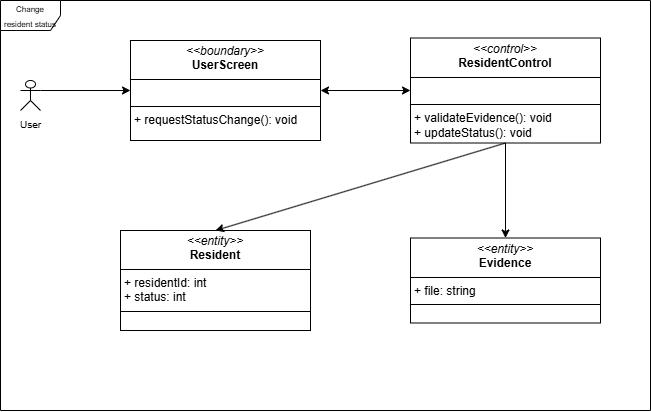
Above: Class-diagram/Boundary–Control–EntityDiagram/ChangeResidentStatus.png in HuyEuler/Apartment-management-system (draw.io), before the change. Source tidied: cells renumbered, new cells last; positions are measured from the earlier drawing's top-left corner, leaving out a move shared by most shapes. Its diagram source:
```xml
<mxGraphModel background="#ffffff">
  <root>
    <mxCell id="0" />
    <mxCell id="1" parent="0" />
    <mxCell id="2" value="&lt;font style=&quot;font-size: 8px;&quot;&gt;Change resident status&lt;/font&gt;" style="shape=umlFrame;whiteSpace=wrap;html=1;" parent="1" vertex="1">
      <mxGeometry width="650" height="410" as="geometry" />
    </mxCell>
    <mxCell id="3" value="&lt;font style=&quot;font-size: 10px;&quot;&gt;User&lt;/font&gt;" style="shape=umlActor;verticalLabelPosition=bottom;verticalAlign=top;html=1;outlineConnect=0;" parent="1" vertex="1">
      <mxGeometry x="20" y="80" width="20" height="30" as="geometry" />
    </mxCell>
    <mxCell id="4" value="&lt;p style=&quot;margin:0px;margin-top:4px;text-align:center;&quot;&gt;&lt;i&gt;&amp;lt;&amp;lt;boundary&amp;gt;&amp;gt;&lt;/i&gt;&lt;br&gt;&lt;b&gt;UserScreen&lt;/b&gt;&lt;/p&gt;&lt;hr size=&quot;1&quot; style=&quot;border-style:solid;&quot;&gt;&lt;p style=&quot;margin:0px;margin-left:4px;&quot;&gt;&lt;br&gt;&lt;/p&gt;&lt;hr size=&quot;1&quot; style=&quot;border-style:solid;&quot;&gt;&lt;p style=&quot;margin:0px;margin-left:4px;&quot;&gt;+ requestStatusChange(): void&lt;/p&gt;" style="verticalAlign=top;align=left;overflow=fill;html=1;whiteSpace=wrap;" parent="1" vertex="1">
      <mxGeometry x="130" y="40" width="190" height="100" as="geometry" />
    </mxCell>
    <mxCell id="5" value="&lt;p style=&quot;margin:0px;margin-top:4px;text-align:center;&quot;&gt;&lt;i&gt;&amp;lt;&amp;lt;control&amp;gt;&amp;gt;&lt;/i&gt;&lt;br&gt;&lt;b&gt;ResidentControl&lt;/b&gt;&lt;/p&gt;&lt;hr size=&quot;1&quot; style=&quot;border-style:solid;&quot;&gt;&lt;p style=&quot;margin:0px;margin-left:4px;&quot;&gt;&lt;br&gt;&lt;/p&gt;&lt;hr size=&quot;1&quot; style=&quot;border-style:solid;&quot;&gt;&lt;p style=&quot;margin:0px;margin-left:4px;&quot;&gt;+ &lt;span style=&quot;background-color: transparent; color: light-dark(rgb(0, 0, 0), rgb(255, 255, 255));&quot;&gt;validateEvidence(): void +&amp;nbsp;&lt;/span&gt;&lt;span style=&quot;background-color: transparent; color: light-dark(rgb(0, 0, 0), rgb(255, 255, 255));&quot;&gt;updateStatus(): void&lt;/span&gt;&lt;/p&gt;" style="verticalAlign=top;align=left;overflow=fill;html=1;whiteSpace=wrap;" parent="1" vertex="1">
      <mxGeometry x="410" y="37.5" width="190" height="105" as="geometry" />
    </mxCell>
    <mxCell id="6" value="&lt;p style=&quot;margin:0px;margin-top:4px;text-align:center;&quot;&gt;&lt;i&gt;&amp;lt;&amp;lt;entity&amp;gt;&amp;gt;&lt;/i&gt;&lt;br&gt;&lt;b&gt;Evidence&lt;/b&gt;&lt;/p&gt;&lt;hr size=&quot;1&quot; style=&quot;border-style:solid;&quot;&gt;&lt;p style=&quot;margin:0px;margin-left:4px;&quot;&gt;+&amp;nbsp;file: string&lt;/p&gt;&lt;hr size=&quot;1&quot; style=&quot;border-style:solid;&quot;&gt;&lt;p style=&quot;margin:0px;margin-left:4px;&quot;&gt;&lt;br&gt;&lt;/p&gt;" style="verticalAlign=top;align=left;overflow=fill;html=1;whiteSpace=wrap;" parent="1" vertex="1">
      <mxGeometry x="410" y="237.5" width="190" height="85" as="geometry" />
    </mxCell>
    <mxCell id="7" value="&lt;p style=&quot;margin:0px;margin-top:4px;text-align:center;&quot;&gt;&lt;i&gt;&amp;lt;&amp;lt;entity&amp;gt;&amp;gt;&lt;/i&gt;&lt;br&gt;&lt;b&gt;Resident&lt;/b&gt;&lt;/p&gt;&lt;hr size=&quot;1&quot; style=&quot;border-style:solid;&quot;&gt;&lt;p style=&quot;margin: 0px 0px 0px 4px;&quot;&gt;&lt;span style=&quot;background-color: transparent; color: light-dark(rgb(0, 0, 0), rgb(255, 255, 255));&quot;&gt;+ residentId: int&lt;/span&gt;&lt;/p&gt;&lt;p style=&quot;margin: 0px 0px 0px 4px;&quot;&gt;&lt;span style=&quot;background-color: transparent; color: light-dark(rgb(0, 0, 0), rgb(255, 255, 255));&quot;&gt;+ status: int&lt;/span&gt;&lt;/p&gt;&lt;hr size=&quot;1&quot; style=&quot;border-style:solid;&quot;&gt;&lt;p style=&quot;margin:0px;margin-left:4px;&quot;&gt;&lt;br&gt;&lt;/p&gt;" style="verticalAlign=top;align=left;overflow=fill;html=1;whiteSpace=wrap;" parent="1" vertex="1">
      <mxGeometry x="120" y="230" width="190" height="100" as="geometry" />
    </mxCell>
    <mxCell id="8" style="endArrow=classic;html=1;rounded=0;exitX=1;exitY=0.3333333333333333;exitDx=0;exitDy=0;exitPerimeter=0;entryX=0;entryY=0.5;entryDx=0;entryDy=0;" parent="1" edge="1" source="3" target="4">
      <mxGeometry relative="1" as="geometry" />
    </mxCell>
    <mxCell id="9" style="endArrow=classic;startArrow=classic;html=1;rounded=0;entryX=0;entryY=0.5;entryDx=0;entryDy=0;" parent="1" edge="1" source="4" target="5">
      <mxGeometry relative="1" as="geometry" />
    </mxCell>
    <mxCell id="10" style="endArrow=classic;html=1;rounded=0;exitX=0.5;exitY=1;exitDx=0;exitDy=0;entryX=0.5;entryY=0;entryDx=0;entryDy=0;" parent="1" edge="1" source="5" target="7">
      <mxGeometry relative="1" as="geometry" />
    </mxCell>
    <mxCell id="11" style="endArrow=classic;html=1;rounded=0;exitX=0.5;exitY=1;exitDx=0;exitDy=0;" parent="1" edge="1" source="5" target="6">
      <mxGeometry relative="1" as="geometry" />
    </mxCell>
  </root>
</mxGraphModel>
```
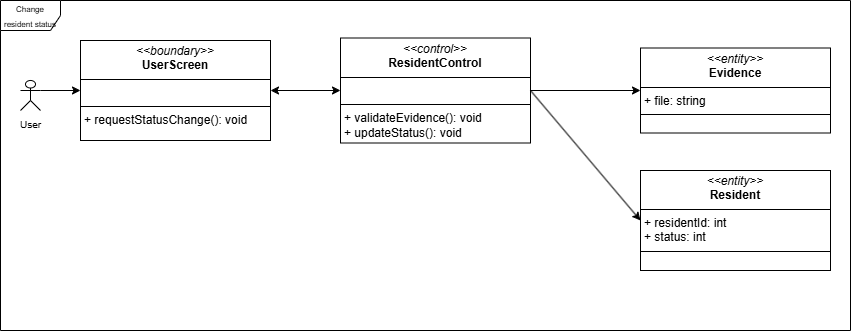
Later version of the same file.

What changed in the source:
```diff
@@ -3,22 +3,22 @@
     <mxCell id="0" />
     <mxCell id="1" parent="0" />
     <mxCell id="2" value="&lt;font style=&quot;font-size: 8px;&quot;&gt;Change resident status&lt;/font&gt;" style="shape=umlFrame;whiteSpace=wrap;html=1;" parent="1" vertex="1">
-      <mxGeometry width="650" height="410" as="geometry" />
+      <mxGeometry width="850" height="330" as="geometry" />
     </mxCell>
     <mxCell id="3" value="&lt;font style=&quot;font-size: 10px;&quot;&gt;User&lt;/font&gt;" style="shape=umlActor;verticalLabelPosition=bottom;verticalAlign=top;html=1;outlineConnect=0;" parent="1" vertex="1">
       <mxGeometry x="20" y="80" width="20" height="30" as="geometry" />
     </mxCell>
     <mxCell id="4" value="&lt;p style=&quot;margin:0px;margin-top:4px;text-align:center;&quot;&gt;&lt;i&gt;&amp;lt;&amp;lt;boundary&amp;gt;&amp;gt;&lt;/i&gt;&lt;br&gt;&lt;b&gt;UserScreen&lt;/b&gt;&lt;/p&gt;&lt;hr size=&quot;1&quot; style=&quot;border-style:solid;&quot;&gt;&lt;p style=&quot;margin:0px;margin-left:4px;&quot;&gt;&lt;br&gt;&lt;/p&gt;&lt;hr size=&quot;1&quot; style=&quot;border-style:solid;&quot;&gt;&lt;p style=&quot;margin:0px;margin-left:4px;&quot;&gt;+ requestStatusChange(): void&lt;/p&gt;" style="verticalAlign=top;align=left;overflow=fill;html=1;whiteSpace=wrap;" parent="1" vertex="1">
-      <mxGeometry x="130" y="40" width="190" height="100" as="geometry" />
+      <mxGeometry x="80" y="40" width="190" height="100" as="geometry" />
     </mxCell>
     <mxCell id="5" value="&lt;p style=&quot;margin:0px;margin-top:4px;text-align:center;&quot;&gt;&lt;i&gt;&amp;lt;&amp;lt;control&amp;gt;&amp;gt;&lt;/i&gt;&lt;br&gt;&lt;b&gt;ResidentControl&lt;/b&gt;&lt;/p&gt;&lt;hr size=&quot;1&quot; style=&quot;border-style:solid;&quot;&gt;&lt;p style=&quot;margin:0px;margin-left:4px;&quot;&gt;&lt;br&gt;&lt;/p&gt;&lt;hr size=&quot;1&quot; style=&quot;border-style:solid;&quot;&gt;&lt;p style=&quot;margin:0px;margin-left:4px;&quot;&gt;+ &lt;span style=&quot;background-color: transparent; color: light-dark(rgb(0, 0, 0), rgb(255, 255, 255));&quot;&gt;validateEvidence(): void +&amp;nbsp;&lt;/span&gt;&lt;span style=&quot;background-color: transparent; color: light-dark(rgb(0, 0, 0), rgb(255, 255, 255));&quot;&gt;updateStatus(): void&lt;/span&gt;&lt;/p&gt;" style="verticalAlign=top;align=left;overflow=fill;html=1;whiteSpace=wrap;" parent="1" vertex="1">
-      <mxGeometry x="410" y="37.5" width="190" height="105" as="geometry" />
+      <mxGeometry x="340" y="37.5" width="190" height="105" as="geometry" />
     </mxCell>
     <mxCell id="6" value="&lt;p style=&quot;margin:0px;margin-top:4px;text-align:center;&quot;&gt;&lt;i&gt;&amp;lt;&amp;lt;entity&amp;gt;&amp;gt;&lt;/i&gt;&lt;br&gt;&lt;b&gt;Evidence&lt;/b&gt;&lt;/p&gt;&lt;hr size=&quot;1&quot; style=&quot;border-style:solid;&quot;&gt;&lt;p style=&quot;margin:0px;margin-left:4px;&quot;&gt;+&amp;nbsp;file: string&lt;/p&gt;&lt;hr size=&quot;1&quot; style=&quot;border-style:solid;&quot;&gt;&lt;p style=&quot;margin:0px;margin-left:4px;&quot;&gt;&lt;br&gt;&lt;/p&gt;" style="verticalAlign=top;align=left;overflow=fill;html=1;whiteSpace=wrap;" parent="1" vertex="1">
-      <mxGeometry x="410" y="237.5" width="190" height="85" as="geometry" />
+      <mxGeometry x="640" y="47.5" width="190" height="85" as="geometry" />
     </mxCell>
     <mxCell id="7" value="&lt;p style=&quot;margin:0px;margin-top:4px;text-align:center;&quot;&gt;&lt;i&gt;&amp;lt;&amp;lt;entity&amp;gt;&amp;gt;&lt;/i&gt;&lt;br&gt;&lt;b&gt;Resident&lt;/b&gt;&lt;/p&gt;&lt;hr size=&quot;1&quot; style=&quot;border-style:solid;&quot;&gt;&lt;p style=&quot;margin: 0px 0px 0px 4px;&quot;&gt;&lt;span style=&quot;background-color: transparent; color: light-dark(rgb(0, 0, 0), rgb(255, 255, 255));&quot;&gt;+ residentId: int&lt;/span&gt;&lt;/p&gt;&lt;p style=&quot;margin: 0px 0px 0px 4px;&quot;&gt;&lt;span style=&quot;background-color: transparent; color: light-dark(rgb(0, 0, 0), rgb(255, 255, 255));&quot;&gt;+ status: int&lt;/span&gt;&lt;/p&gt;&lt;hr size=&quot;1&quot; style=&quot;border-style:solid;&quot;&gt;&lt;p style=&quot;margin:0px;margin-left:4px;&quot;&gt;&lt;br&gt;&lt;/p&gt;" style="verticalAlign=top;align=left;overflow=fill;html=1;whiteSpace=wrap;" parent="1" vertex="1">
-      <mxGeometry x="120" y="230" width="190" height="100" as="geometry" />
+      <mxGeometry x="640" y="170" width="190" height="100" as="geometry" />
     </mxCell>
     <mxCell id="8" style="endArrow=classic;html=1;rounded=0;exitX=1;exitY=0.3333333333333333;exitDx=0;exitDy=0;exitPerimeter=0;entryX=0;entryY=0.5;entryDx=0;entryDy=0;" parent="1" edge="1" source="3" target="4">
       <mxGeometry relative="1" as="geometry" />
@@ -26,10 +26,10 @@
     <mxCell id="9" style="endArrow=classic;startArrow=classic;html=1;rounded=0;entryX=0;entryY=0.5;entryDx=0;entryDy=0;" parent="1" edge="1" source="4" target="5">
       <mxGeometry relative="1" as="geometry" />
     </mxCell>
-    <mxCell id="10" style="endArrow=classic;html=1;rounded=0;exitX=0.5;exitY=1;exitDx=0;exitDy=0;entryX=0.5;entryY=0;entryDx=0;entryDy=0;" parent="1" edge="1" source="5" target="7">
+    <mxCell id="10" style="endArrow=classic;html=1;rounded=0;exitX=1;exitY=0.5;exitDx=0;exitDy=0;entryX=0;entryY=0.5;entryDx=0;entryDy=0;" parent="1" edge="1" source="5" target="7">
       <mxGeometry relative="1" as="geometry" />
     </mxCell>
-    <mxCell id="11" style="endArrow=classic;html=1;rounded=0;exitX=0.5;exitY=1;exitDx=0;exitDy=0;" parent="1" edge="1" source="5" target="6">
+    <mxCell id="11" style="endArrow=classic;html=1;rounded=0;exitX=1;exitY=0.5;exitDx=0;exitDy=0;" parent="1" edge="1" source="5" target="6">
       <mxGeometry relative="1" as="geometry" />
     </mxCell>
   </root>
```
